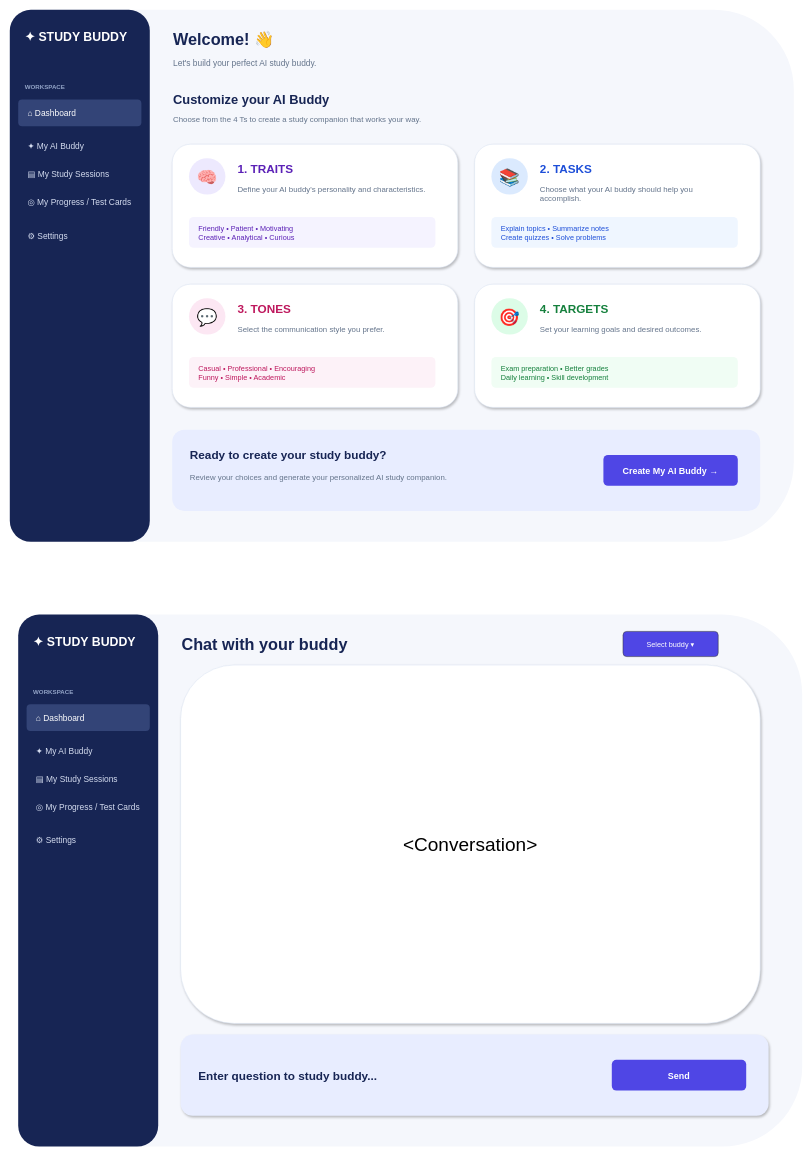
Earlier version of the draw.io diagram page "conceptual diagram" (1 of 5) of exam_project/Designs/DrawIo/StudyBuddies.drawio (jarrald/LLM-group-a). Source tidied: cells renumbered, new cells numbered last; positions are measured from the earlier drawing's top-left corner, leaving out a move shared by most shapes. Both pictures are drawn from the tidied source at 56%, with x=0, y=0 at pixel (10, 10).
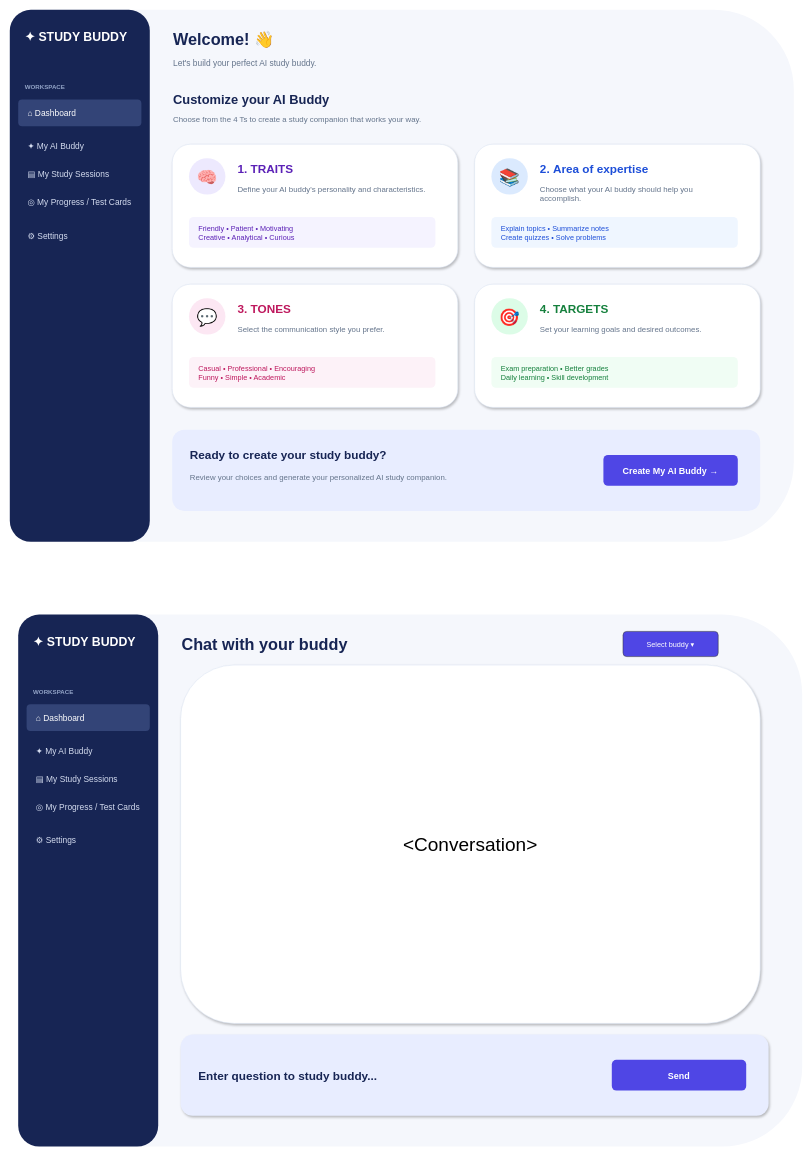
The same page after the edit.

Diff of the diagram source:
```diff
@@
-    <mxCell id="22" value="2. TASKS" style="text;html=1;align=left;fontSize=21;fontStyle=1;fontColor=#1D4ED8;" parent="1" vertex="1">
+    <mxCell id="22" value="2.&amp;nbsp;Area of expertise" style="text;html=1;align=left;fontSize=21;fontStyle=1;fontColor=#1D4ED8;" parent="1" vertex="1">
       <mxGeometry x="945" y="265" width="300" height="35" as="geometry" />
     </mxCell>
```
